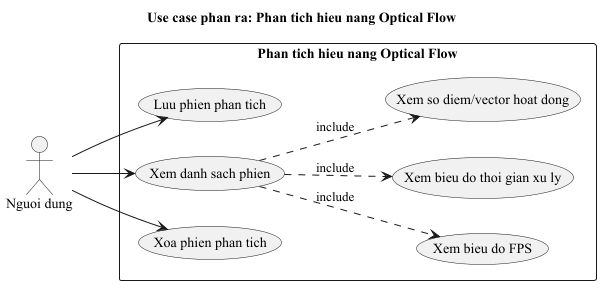
This is figures/usecase_phan_tich_hieu_nang.png from thanhmobile080604/My-Thesis-Latex, a PlantUML export, as it was before one commit.
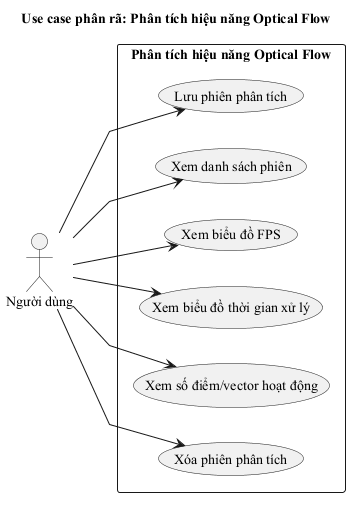
After the commit.

The edit, as a diff of the source:
```diff
@@ -1,23 +1,24 @@
 @startuml usecase_phan_tich_hieu_nang
 skinparam defaultFontName "Times New Roman"
-title Use case phan ra: Phan tich hieu nang Optical Flow
+skinparam linetype polyline
 left to right direction
+title Use case phân rã: Phân tích hiệu năng Optical Flow
 
-actor "Nguoi dung" as User
+actor "Người dùng" as User
 
-rectangle "Phan tich hieu nang Optical Flow" {
-  usecase "Luu phien phan tich" as U1
-  usecase "Xem danh sach phien" as U2
-  usecase "Xem bieu do FPS" as U3
-  usecase "Xem bieu do thoi gian xu ly" as U4
-  usecase "Xem so diem/vector hoat dong" as U5
-  usecase "Xoa phien phan tich" as U6
+rectangle "Phân tích hiệu năng Optical Flow" {
+  usecase "Lưu phiên phân tích" as U1
+  usecase "Xem danh sách phiên" as U2
+  usecase "Xem biểu đồ FPS" as U3
+  usecase "Xem biểu đồ thời gian xử lý" as U4
+  usecase "Xem số điểm/vector hoạt động" as U5
+  usecase "Xóa phiên phân tích" as U6
 }
 
 User --> U1
 User --> U2
+User --> U3
+User --> U4
+User --> U5
 User --> U6
-U2 ..> U3 : include
-U2 ..> U4 : include
-U2 ..> U5 : include
 @enduml
```
